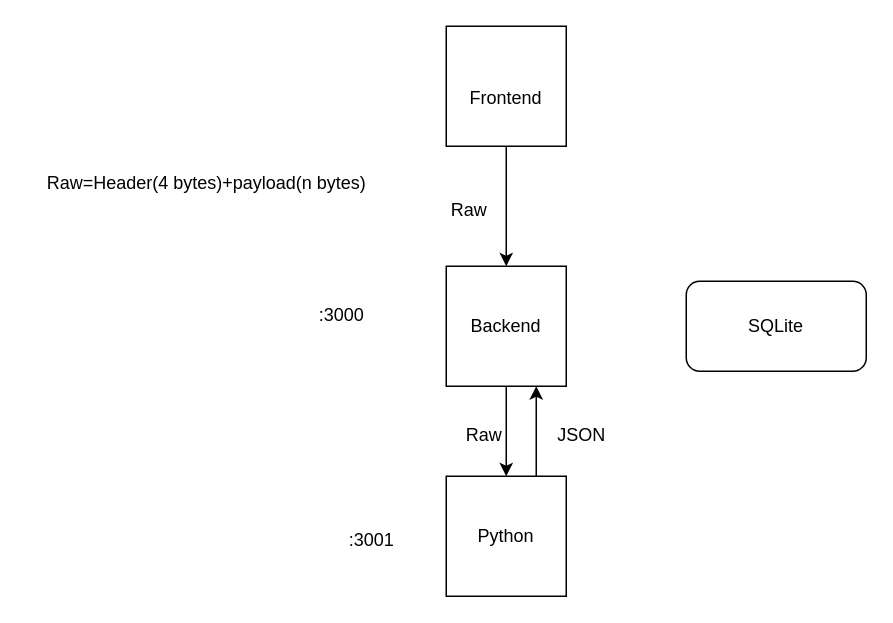
Above: documentation/workflow.drawio in marcG05/mpc-hacks-2026 (draw.io), before the change. Source tidied: cells renumbered, new cells numbered last; positions are measured from the earlier drawing's top-left corner, leaving out a move shared by most shapes. Both pictures are drawn from the tidied source at 150%, with x=0, y=0 at pixel (26, 26).
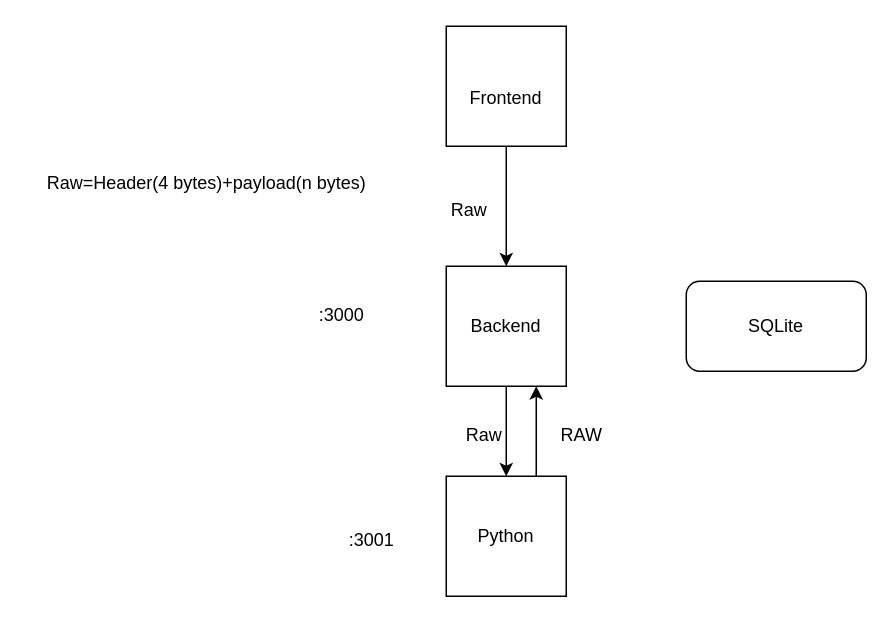
The same diagram, later.

The edit, as a diff of the source:
```diff
@@
 <mxGraphModel>
   <root>
     <mxCell id="0" />
     <mxCell id="1" parent="0" />
     <mxCell id="2" value="&lt;div&gt;&lt;br&gt;&lt;/div&gt;&lt;div&gt;Frontend&lt;/div&gt;" style="whiteSpace=wrap;html=1;" parent="1" vertex="1">
       <mxGeometry x="280" width="80" height="80" as="geometry" />
     </mxCell>
     <mxCell id="3" value="Backend" style="whiteSpace=wrap;html=1;" parent="1" vertex="1">
       <mxGeometry x="280" y="160" width="80" height="80" as="geometry" />
     </mxCell>
     <mxCell id="4" value="Python" style="whiteSpace=wrap;html=1;" parent="1" vertex="1">
       <mxGeometry x="280" y="300" width="80" height="80" as="geometry" />
     </mxCell>
     <mxCell id="5" style="endArrow=classic;html=1;exitX=0.5;exitY=1;exitDx=0;exitDy=0;entryX=0.5;entryY=0;entryDx=0;entryDy=0;" parent="1" edge="1" source="2" target="3">
       <mxGeometry relative="1" as="geometry" />
     </mxCell>
     <mxCell id="6" style="endArrow=classic;html=1;exitX=0.5;exitY=1;exitDx=0;exitDy=0;entryX=0.5;entryY=0;entryDx=0;entryDy=0;" parent="1" edge="1" source="3" target="4">
       <mxGeometry relative="1" as="geometry" />
     </mxCell>
     <mxCell id="7" style="endArrow=classic;html=1;entryX=0.75;entryY=1;entryDx=0;entryDy=0;" parent="1" edge="1" target="3">
       <mxGeometry relative="1" as="geometry">
         <mxPoint x="340" y="300" as="sourcePoint" />
       </mxGeometry>
     </mxCell>
     <mxCell id="8" value="Raw" style="text;html=1;align=center;verticalAlign=middle;strokeColor=none;fillColor=none;" parent="1" vertex="1">
       <mxGeometry x="280" y="258" width="50" height="30" as="geometry" />
     </mxCell>
-    <mxCell id="9" value="JSON" style="text;html=1;align=center;verticalAlign=middle;strokeColor=none;fillColor=none;" parent="1" vertex="1">
-      <mxGeometry x="340" y="258" width="60" height="30" as="geometry" />
+    <mxCell id="9" value="RAW" style="text;html=1;align=center;verticalAlign=middle;strokeColor=none;fillColor=none;" parent="1" vertex="1">
+      <mxGeometry x="345" y="258" width="50" height="30" as="geometry" />
     </mxCell>
     <mxCell id="10" value="Raw" style="text;html=1;align=center;verticalAlign=middle;strokeColor=none;fillColor=none;" parent="1" vertex="1">
       <mxGeometry x="270" y="108" width="50" height="30" as="geometry" />
     </mxCell>
     <mxCell id="11" value="Raw=Header(4 bytes)+payload(n bytes)" style="text;html=1;align=center;verticalAlign=middle;strokeColor=none;fillColor=none;" parent="1" vertex="1">
       <mxGeometry y="90" width="240" height="30" as="geometry" />
     </mxCell>
     <mxCell id="12" value="SQLite" style="rounded=1;whiteSpace=wrap;html=1;" parent="1" vertex="1">
       <mxGeometry x="440" y="170" width="120" height="60" as="geometry" />
     </mxCell>
     <mxCell id="13" value=":3000" style="text;html=1;align=center;verticalAlign=middle;strokeColor=none;fillColor=none;" parent="1" vertex="1">
       <mxGeometry x="185" y="178" width="50" height="30" as="geometry" />
     </mxCell>
     <mxCell id="14" value=":3001" style="text;html=1;align=center;verticalAlign=middle;strokeColor=none;fillColor=none;" parent="1" vertex="1">
       <mxGeometry x="205" y="328" width="50" height="30" as="geometry" />
     </mxCell>
   </root>
 </mxGraphModel>
```
